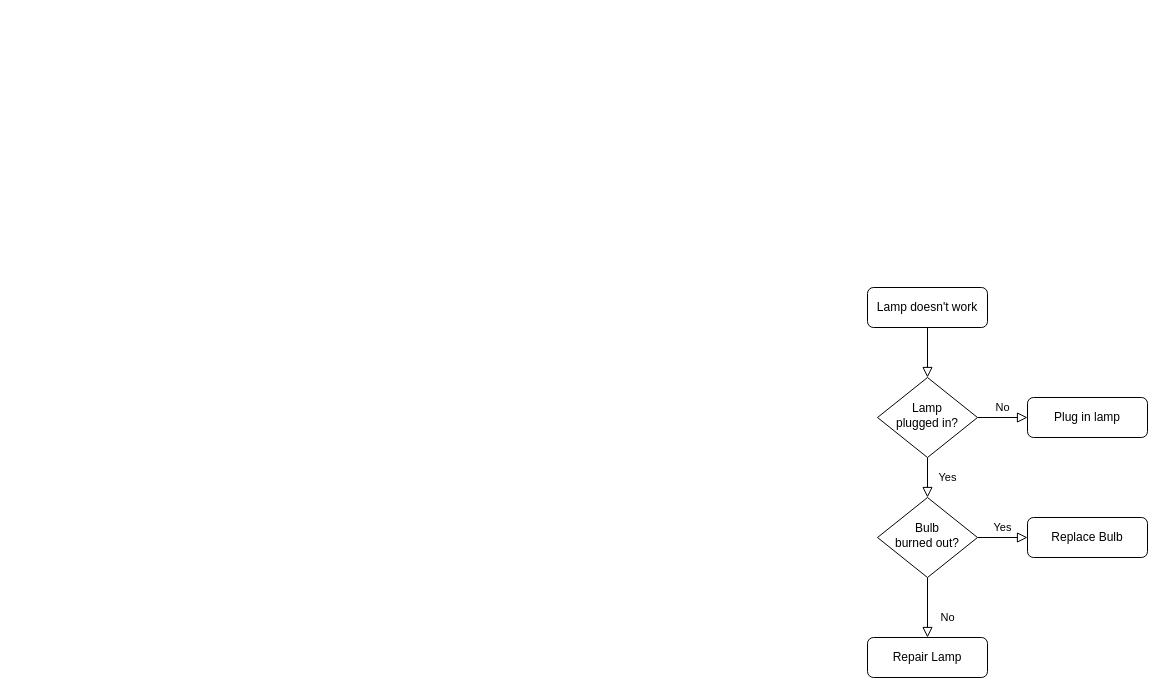
Before: Untitled Diagram.drawio in ronallee/flowChart, a draw.io diagram. Source tidied: cells renumbered, new cells numbered last; positions are measured from the earlier drawing's top-left corner, leaving out a move shared by most shapes. Both pictures are drawn from the tidied source at 100%, with x=0, y=0 at pixel (867, 287).
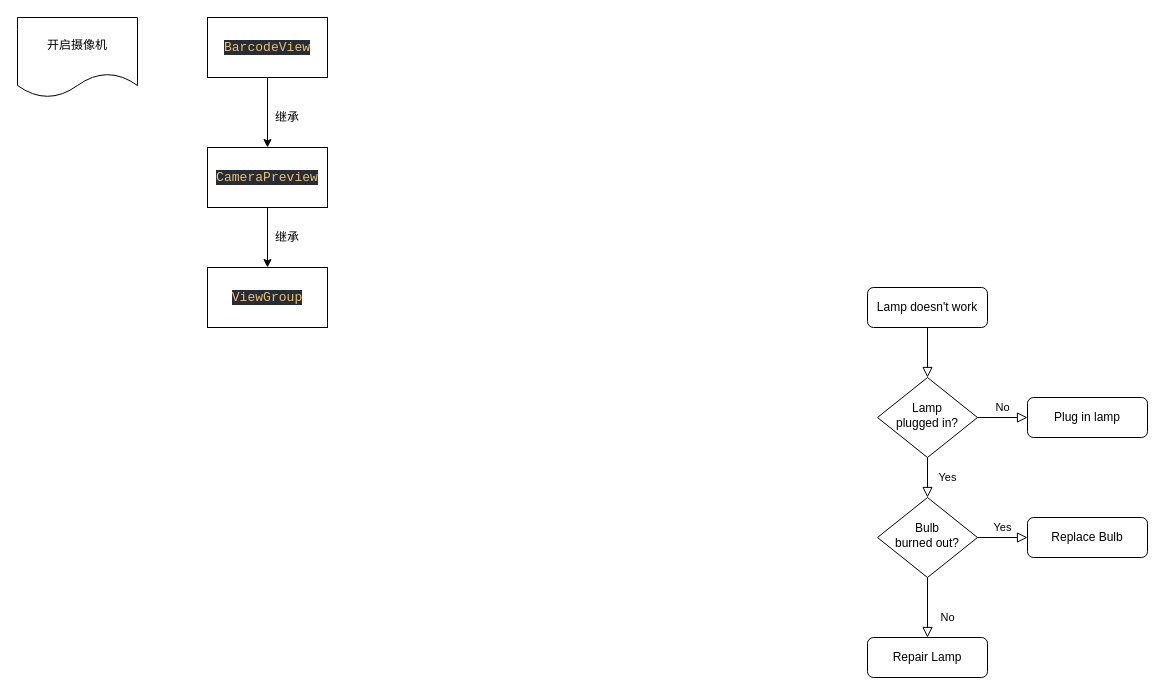
Above is the later version.

The edit, as a diff of the source:
```diff
@@
+    <mxCell id="13" value="开启摄像机" style="shape=document;whiteSpace=wrap;html=1;boundedLbl=1;" parent="1" vertex="1">
+      <mxGeometry x="-850" y="-270" width="120" height="80" as="geometry" />
+    </mxCell>
+    <mxCell id="14" value="&lt;pre style=&quot;background-color: #282c34 ; color: #bbbbbb ; font-family: &amp;#34;consolas&amp;#34; ; font-size: 9.8pt&quot;&gt;&lt;span style=&quot;color: #e5c07b&quot;&gt;BarcodeView&lt;/span&gt;&lt;/pre&gt;" style="rounded=0;whiteSpace=wrap;html=1;" parent="1" vertex="1">
+      <mxGeometry x="-660" y="-270" width="120" height="60" as="geometry" />
+    </mxCell>
+    <mxCell id="15" style="endArrow=classic;html=1;exitX=0.5;exitY=1;exitDx=0;exitDy=0;entryX=0.5;entryY=0;entryDx=0;entryDy=0;" parent="1" edge="1" source="14" target="16">
+      <mxGeometry relative="1" as="geometry" />
+    </mxCell>
+    <mxCell id="16" value="&lt;pre style=&quot;background-color: #282c34 ; color: #bbbbbb ; font-family: &amp;#34;consolas&amp;#34; ; font-size: 9.8pt&quot;&gt;&lt;pre style=&quot;font-family: &amp;#34;consolas&amp;#34; ; font-size: 9.8pt&quot;&gt;&lt;span style=&quot;color: #e5c07b&quot;&gt;CameraPreview&lt;/span&gt;&lt;/pre&gt;&lt;/pre&gt;" style="rounded=0;whiteSpace=wrap;html=1;" parent="1" vertex="1">
+      <mxGeometry x="-660" y="-140" width="120" height="60" as="geometry" />
+    </mxCell>
+    <mxCell id="17" value="继承" style="text;html=1;strokeColor=none;fillColor=none;align=center;verticalAlign=middle;whiteSpace=wrap;rounded=0;" parent="1" vertex="1">
+      <mxGeometry x="-600" y="-180" width="40" height="20" as="geometry" />
+    </mxCell>
+    <mxCell id="18" value="&lt;pre style=&quot;background-color: #282c34 ; color: #bbbbbb ; font-family: &amp;#34;consolas&amp;#34; ; font-size: 9.8pt&quot;&gt;&lt;pre style=&quot;font-family: &amp;#34;consolas&amp;#34; ; font-size: 9.8pt&quot;&gt;&lt;pre style=&quot;font-family: &amp;#34;consolas&amp;#34; ; font-size: 9.8pt&quot;&gt;&lt;span style=&quot;color: #e5c07b&quot;&gt;ViewGroup&lt;/span&gt;&lt;/pre&gt;&lt;/pre&gt;&lt;/pre&gt;" style="rounded=0;whiteSpace=wrap;html=1;" parent="1" vertex="1">
+      <mxGeometry x="-660" y="-20" width="120" height="60" as="geometry" />
+    </mxCell>
+    <mxCell id="19" style="endArrow=classic;html=1;exitX=0.5;exitY=1;exitDx=0;exitDy=0;" parent="1" edge="1" source="16" target="18">
+      <mxGeometry relative="1" as="geometry" />
+    </mxCell>
+    <mxCell id="20" value="继承" style="text;html=1;strokeColor=none;fillColor=none;align=center;verticalAlign=middle;whiteSpace=wrap;rounded=0;" parent="1" vertex="1">
+      <mxGeometry x="-600" y="-60" width="40" height="20" as="geometry" />
+    </mxCell>
```
